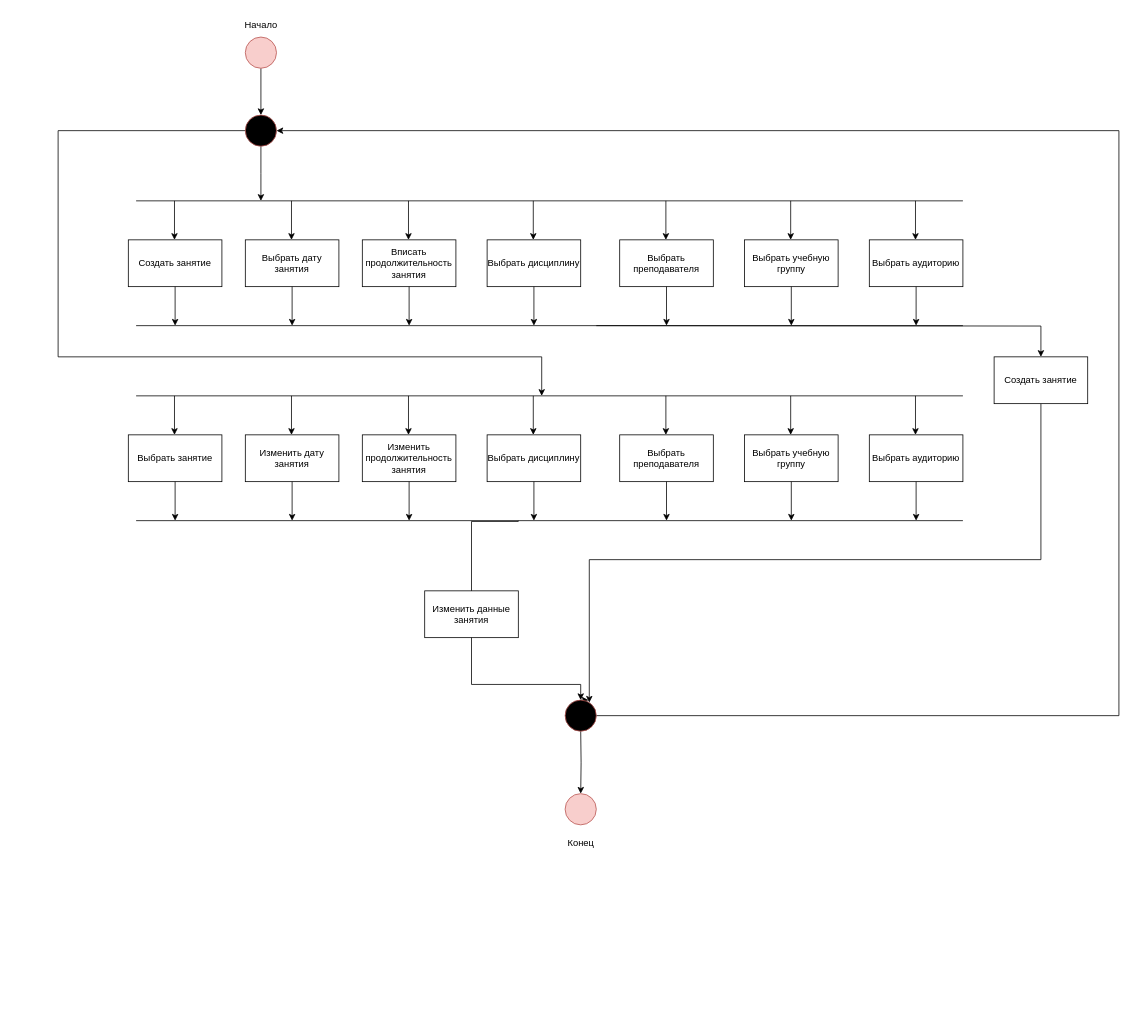
flouressaint/myDiagrams keeps this draw.io diagram as page "Page-1" (1 of 4) of schedule-serviceScenary.drawio. Above is the earlier version. Source tidied: cells renumbered, new cells numbered last; positions are measured from the earlier drawing's top-left corner, leaving out a move shared by most shapes. Both pictures are drawn from the tidied source at 78%, with x=0, y=0 at pixel (58, 13).
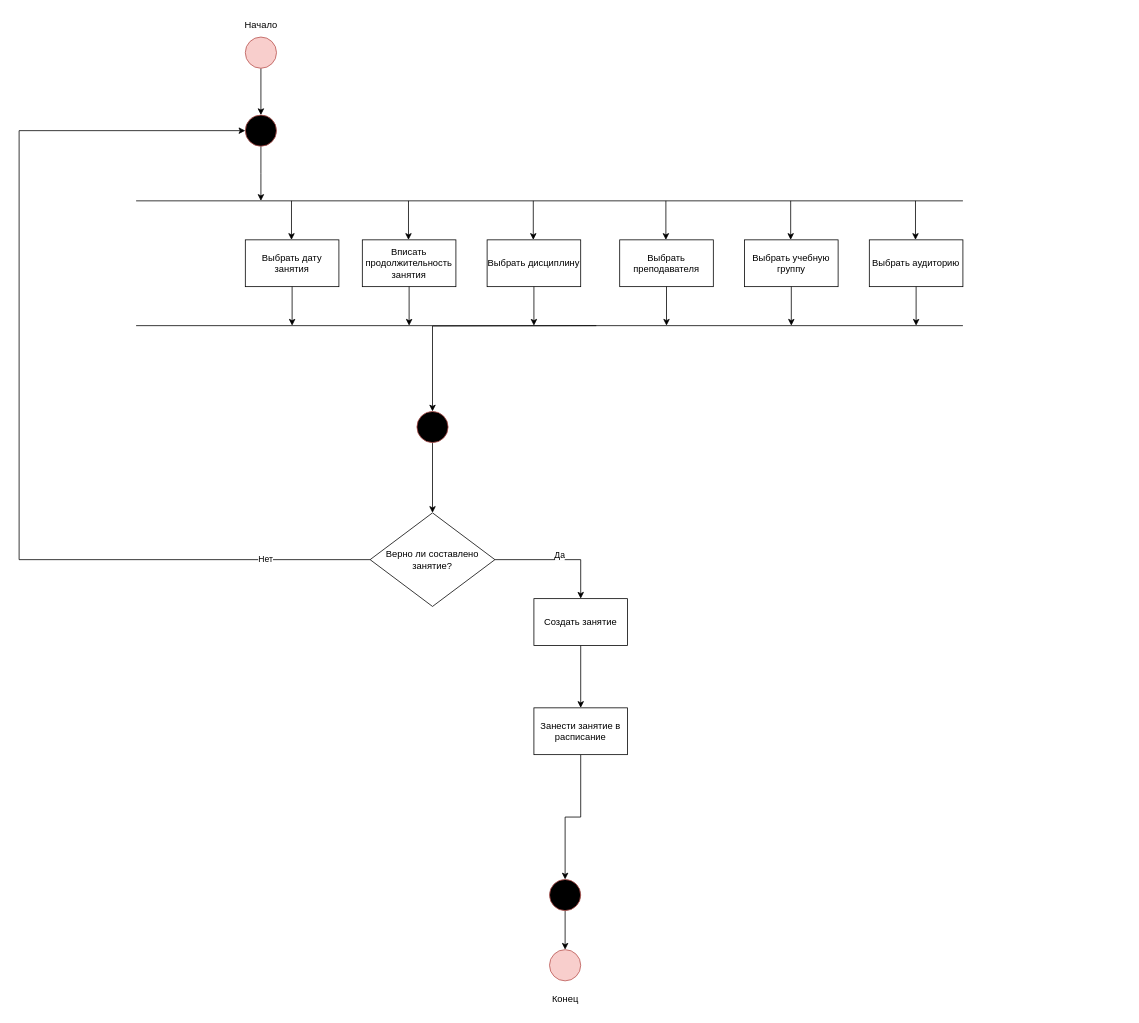
The same page after the edit.

Unchanged cells that the change refers to:
```xml
<mxCell id="10" style="ellipse;whiteSpace=wrap;html=1;fillColor=#000000;strokeColor=#b85450;" parent="1" vertex="1">
  <mxGeometry x="240" y="130" width="40" height="40" as="geometry" />
</mxCell>
```

What changed in the source:
```diff
@@
-    <mxCell id="5" style="edgeStyle=orthogonalEdgeStyle;rounded=0;jettySize=auto;html=1;" parent="1" edge="1" target="6">
-      <mxGeometry relative="1" as="geometry">
-        <mxPoint x="670" y="920" as="sourcePoint" />
-      </mxGeometry>
+    <mxCell id="5" style="edgeStyle=orthogonalEdgeStyle;rounded=0;jettySize=auto;html=1;" parent="1" edge="1" source="61" target="6">
+      <mxGeometry relative="1" as="geometry" />
     </mxCell>
     <mxCell id="6" style="ellipse;whiteSpace=wrap;html=1;fillColor=#f8cecc;strokeColor=#b85450;" parent="1" vertex="1">
-      <mxGeometry x="650" y="1000" width="40" height="40" as="geometry" />
+      <mxGeometry x="630" y="1200" width="40" height="40" as="geometry" />
     </mxCell>
     <mxCell id="7" value="Конец" style="text;html=1;align=center;verticalAlign=middle;strokeColor=none;fillColor=none;" parent="1" vertex="1">
-      <mxGeometry x="640" y="1048" width="60" height="30" as="geometry" />
+      <mxGeometry x="620" y="1248" width="60" height="30" as="geometry" />
     </mxCell>
@@
-    <mxCell id="9" style="edgeStyle=orthogonalEdgeStyle;rounded=0;jettySize=auto;html=1;" parent="1" edge="1" source="10">
-      <mxGeometry relative="1" as="geometry">
-        <mxPoint x="620" y="490" as="targetPoint" />
-        <Array as="points">
-          <mxPoint y="150" />
-          <mxPoint y="440" />
-          <mxPoint x="620" y="440" />
-        </Array>
-      </mxGeometry>
-    </mxCell>
@@
-    <mxCell id="12" value="Создать занятие" style="rounded=0;whiteSpace=wrap;html=1;" parent="1" vertex="1">
-      <mxGeometry x="90" y="290" width="120" height="60" as="geometry" />
-    </mxCell>
-    <mxCell id="13" style="endArrow=classic;html=1;rounded=0;exitX=0.5;exitY=1;exitDx=0;exitDy=0;" parent="1" edge="1" source="12">
-      <mxGeometry relative="1" as="geometry">
-        <mxPoint x="150" y="400" as="targetPoint" />
-      </mxGeometry>
-    </mxCell>
-    <mxCell id="14" style="endArrow=classic;html=1;rounded=0;exitX=0.5;exitY=1;exitDx=0;exitDy=0;" parent="1" edge="1">
-      <mxGeometry relative="1" as="geometry">
-        <mxPoint x="149.2" y="240" as="sourcePoint" />
-        <mxPoint x="149.2" y="290" as="targetPoint" />
-      </mxGeometry>
-    </mxCell>
@@
-    <mxCell id="34" style="endArrow=none;html=1;rounded=0;" parent="1" edge="1">
-      <mxGeometry relative="1" as="geometry">
-        <mxPoint x="100" y="490" as="sourcePoint" />
-        <mxPoint x="1160" y="490" as="targetPoint" />
-      </mxGeometry>
-    </mxCell>
-    <mxCell id="35" value="Выбрать занятие" style="rounded=0;whiteSpace=wrap;html=1;" parent="1" vertex="1">
-      <mxGeometry x="90" y="540" width="120" height="60" as="geometry" />
-    </mxCell>
-    <mxCell id="36" style="endArrow=classic;html=1;rounded=0;exitX=0.5;exitY=1;exitDx=0;exitDy=0;" parent="1" edge="1" source="35">
-      <mxGeometry relative="1" as="geometry">
-        <mxPoint x="150" y="650" as="targetPoint" />
-      </mxGeometry>
-    </mxCell>
-    <mxCell id="37" style="endArrow=classic;html=1;rounded=0;exitX=0.5;exitY=1;exitDx=0;exitDy=0;" parent="1" edge="1">
-      <mxGeometry relative="1" as="geometry">
-        <mxPoint x="149.2" y="490" as="sourcePoint" />
-        <mxPoint x="149.2" y="540" as="targetPoint" />
-      </mxGeometry>
-    </mxCell>
-    <mxCell id="38" value="Изменить дату занятия" style="rounded=0;whiteSpace=wrap;html=1;" parent="1" vertex="1">
-      <mxGeometry x="240" y="540" width="120" height="60" as="geometry" />
-    </mxCell>
-    <mxCell id="39" style="endArrow=classic;html=1;rounded=0;exitX=0.5;exitY=1;exitDx=0;exitDy=0;" parent="1" edge="1" source="38">
-      <mxGeometry relative="1" as="geometry">
-        <mxPoint x="300" y="650" as="targetPoint" />
-      </mxGeometry>
-    </mxCell>
-    <mxCell id="40" style="endArrow=classic;html=1;rounded=0;exitX=0.5;exitY=1;exitDx=0;exitDy=0;" parent="1" edge="1">
-      <mxGeometry relative="1" as="geometry">
-        <mxPoint x="299.2" y="490" as="sourcePoint" />
-        <mxPoint x="299.2" y="540" as="targetPoint" />
-      </mxGeometry>
-    </mxCell>
-    <mxCell id="41" value="Изменить продолжительность занятия" style="rounded=0;whiteSpace=wrap;html=1;" parent="1" vertex="1">
-      <mxGeometry x="390" y="540" width="120" height="60" as="geometry" />
-    </mxCell>
-    <mxCell id="42" style="endArrow=classic;html=1;rounded=0;exitX=0.5;exitY=1;exitDx=0;exitDy=0;" parent="1" edge="1" source="41">
-      <mxGeometry relative="1" as="geometry">
-        <mxPoint x="450" y="650" as="targetPoint" />
-      </mxGeometry>
-    </mxCell>
-    <mxCell id="43" style="endArrow=classic;html=1;rounded=0;exitX=0.5;exitY=1;exitDx=0;exitDy=0;" parent="1" edge="1">
-      <mxGeometry relative="1" as="geometry">
-        <mxPoint x="449.2" y="490" as="sourcePoint" />
-        <mxPoint x="449.2" y="540" as="targetPoint" />
-      </mxGeometry>
-    </mxCell>
-    <mxCell id="44" value="Выбрать дисциплину" style="rounded=0;whiteSpace=wrap;html=1;" parent="1" vertex="1">
-      <mxGeometry x="550" y="540" width="120" height="60" as="geometry" />
-    </mxCell>
-    <mxCell id="45" style="endArrow=classic;html=1;rounded=0;exitX=0.5;exitY=1;exitDx=0;exitDy=0;" parent="1" edge="1" source="44">
-      <mxGeometry relative="1" as="geometry">
-        <mxPoint x="610" y="650" as="targetPoint" />
-      </mxGeometry>
-    </mxCell>
-    <mxCell id="46" style="endArrow=classic;html=1;rounded=0;exitX=0.5;exitY=1;exitDx=0;exitDy=0;" parent="1" edge="1">
-      <mxGeometry relative="1" as="geometry">
-        <mxPoint x="609.2" y="490" as="sourcePoint" />
-        <mxPoint x="609.2" y="540" as="targetPoint" />
-      </mxGeometry>
-    </mxCell>
-    <mxCell id="47" value="Выбрать преподавателя" style="rounded=0;whiteSpace=wrap;html=1;" parent="1" vertex="1">
-      <mxGeometry x="720" y="540" width="120" height="60" as="geometry" />
-    </mxCell>
-    <mxCell id="48" style="endArrow=classic;html=1;rounded=0;exitX=0.5;exitY=1;exitDx=0;exitDy=0;" parent="1" edge="1" source="47">
-      <mxGeometry relative="1" as="geometry">
-        <mxPoint x="780" y="650" as="targetPoint" />
-      </mxGeometry>
-    </mxCell>
-    <mxCell id="49" style="endArrow=classic;html=1;rounded=0;exitX=0.5;exitY=1;exitDx=0;exitDy=0;" parent="1" edge="1">
-      <mxGeometry relative="1" as="geometry">
-        <mxPoint x="779.2" y="490" as="sourcePoint" />
-        <mxPoint x="779.2" y="540" as="targetPoint" />
-      </mxGeometry>
-    </mxCell>
-    <mxCell id="50" value="Выбрать учебную группу" style="rounded=0;whiteSpace=wrap;html=1;" parent="1" vertex="1">
-      <mxGeometry x="880" y="540" width="120" height="60" as="geometry" />
-    </mxCell>
-    <mxCell id="51" style="endArrow=classic;html=1;rounded=0;exitX=0.5;exitY=1;exitDx=0;exitDy=0;" parent="1" edge="1" source="50">
-      <mxGeometry relative="1" as="geometry">
-        <mxPoint x="940" y="650" as="targetPoint" />
-      </mxGeometry>
-    </mxCell>
-    <mxCell id="52" style="endArrow=classic;html=1;rounded=0;exitX=0.5;exitY=1;exitDx=0;exitDy=0;" parent="1" edge="1">
-      <mxGeometry relative="1" as="geometry">
-        <mxPoint x="939.2" y="490" as="sourcePoint" />
-        <mxPoint x="939.2" y="540" as="targetPoint" />
-      </mxGeometry>
-    </mxCell>
-    <mxCell id="53" value="Выбрать аудиторию" style="rounded=0;whiteSpace=wrap;html=1;" parent="1" vertex="1">
-      <mxGeometry x="1040" y="540" width="120" height="60" as="geometry" />
-    </mxCell>
-    <mxCell id="54" style="endArrow=classic;html=1;rounded=0;exitX=0.5;exitY=1;exitDx=0;exitDy=0;" parent="1" edge="1" source="53">
-      <mxGeometry relative="1" as="geometry">
-        <mxPoint x="1100" y="650" as="targetPoint" />
-      </mxGeometry>
-    </mxCell>
-    <mxCell id="55" style="endArrow=classic;html=1;rounded=0;exitX=0.5;exitY=1;exitDx=0;exitDy=0;" parent="1" edge="1">
-      <mxGeometry relative="1" as="geometry">
-        <mxPoint x="1099.2" y="490" as="sourcePoint" />
-        <mxPoint x="1099.2" y="540" as="targetPoint" />
-      </mxGeometry>
-    </mxCell>
-    <mxCell id="56" style="endArrow=none;html=1;rounded=0;" parent="1" edge="1">
-      <mxGeometry relative="1" as="geometry">
-        <mxPoint x="100" y="650" as="sourcePoint" />
-        <mxPoint x="1160" y="650" as="targetPoint" />
-      </mxGeometry>
-    </mxCell>
-    <mxCell id="57" style="edgeStyle=orthogonalEdgeStyle;rounded=0;jettySize=auto;html=1;" parent="1" edge="1" source="61">
-      <mxGeometry relative="1" as="geometry">
-        <mxPoint x="680" y="880" as="targetPoint" />
-        <Array as="points">
-          <mxPoint x="681" y="880" />
-        </Array>
-      </mxGeometry>
-    </mxCell>
-    <mxCell id="58" style="endArrow=classic;html=1;rounded=0;exitX=0.5;exitY=1;exitDx=0;exitDy=0;edgeStyle=orthogonalEdgeStyle;entryX=0.5;entryY=0;entryDx=0;entryDy=0;" parent="1" edge="1" target="61">
-      <mxGeometry relative="1" as="geometry">
-        <mxPoint x="590" y="650" as="sourcePoint" />
-        <Array as="points">
-          <mxPoint x="530" y="651" />
-          <mxPoint x="530" y="860" />
-          <mxPoint x="670" y="860" />
-        </Array>
-      </mxGeometry>
-    </mxCell>
-    <mxCell id="59" style="edgeStyle=orthogonalEdgeStyle;rounded=0;jettySize=auto;html=1;" parent="1" edge="1" source="63" target="61">
-      <mxGeometry relative="1" as="geometry">
-        <Array as="points">
-          <mxPoint x="1260" y="440" />
-          <mxPoint x="1260" y="700" />
-          <mxPoint x="681" y="700" />
-        </Array>
-      </mxGeometry>
-    </mxCell>
-    <mxCell id="60" style="edgeStyle=orthogonalEdgeStyle;rounded=0;jettySize=auto;html=1;entryX=1;entryY=0.5;entryDx=0;entryDy=0;" parent="1" edge="1" source="61" target="10">
-      <mxGeometry relative="1" as="geometry">
-        <Array as="points">
-          <mxPoint x="1360" y="900" />
-          <mxPoint x="1360" y="150" />
-        </Array>
-      </mxGeometry>
-    </mxCell>
+    <mxCell id="62" style="edgeStyle=orthogonalEdgeStyle;rounded=0;jettySize=auto;html=1;entryX=0.5;entryY=0;entryDx=0;entryDy=0;" parent="1" edge="1" target="67">
+      <mxGeometry relative="1" as="geometry">
+        <mxPoint x="690" y="400" as="sourcePoint" />
+      </mxGeometry>
+    </mxCell>
+    <mxCell id="65" style="edgeStyle=orthogonalEdgeStyle;rounded=0;jettySize=auto;html=1;" parent="1" edge="1" source="63" target="75">
+      <mxGeometry relative="1" as="geometry" />
+    </mxCell>
+    <mxCell id="63" value="Создать занятие" style="rounded=0;whiteSpace=wrap;html=1;" parent="1" vertex="1">
+      <mxGeometry x="610" y="750" width="120" height="60" as="geometry" />
+    </mxCell>
+    <mxCell id="66" style="edgeStyle=orthogonalEdgeStyle;rounded=0;jettySize=auto;html=1;entryX=0.5;entryY=0;entryDx=0;entryDy=0;" parent="1" edge="1" source="67" target="72">
+      <mxGeometry relative="1" as="geometry" />
+    </mxCell>
+    <mxCell id="67" style="ellipse;whiteSpace=wrap;html=1;fillColor=#000000;strokeColor=#b85450;" parent="1" vertex="1">
+      <mxGeometry x="460" y="510" width="40" height="40" as="geometry" />
+    </mxCell>
+    <mxCell id="68" style="edgeStyle=orthogonalEdgeStyle;rounded=0;jettySize=auto;html=1;entryX=0;entryY=0.5;entryDx=0;entryDy=0;" parent="1" edge="1" source="72" target="10">
+      <mxGeometry relative="1" as="geometry">
+        <Array as="points">
+          <mxPoint x="-50" y="700" />
+          <mxPoint x="-50" y="150" />
+        </Array>
+      </mxGeometry>
+    </mxCell>
+    <mxCell id="69" value="Нет" style="edgeLabel;html=1;align=center;verticalAlign=middle;" parent="68" vertex="1">
+      <mxGeometry x="-0.79" y="-2" relative="1" as="geometry" />
+    </mxCell>
+    <mxCell id="70" style="edgeStyle=orthogonalEdgeStyle;rounded=0;jettySize=auto;html=1;entryX=0.5;entryY=0;entryDx=0;entryDy=0;" parent="1" edge="1" source="72" target="63">
+      <mxGeometry relative="1" as="geometry" />
+    </mxCell>
+    <mxCell id="71" value="Да" style="edgeLabel;html=1;align=center;verticalAlign=middle;" parent="70" vertex="1">
+      <mxGeometry x="0.03" y="6" relative="1" as="geometry" />
+    </mxCell>
+    <mxCell id="72" value="Верно ли составлено занятие?" style="rhombus;whiteSpace=wrap;html=1;" parent="1" vertex="1">
+      <mxGeometry x="400" y="640" width="160" height="120" as="geometry" />
+    </mxCell>
+    <mxCell id="73" style="edgeStyle=orthogonalEdgeStyle;rounded=0;jettySize=auto;html=1;" parent="1" edge="1" target="61">
+      <mxGeometry relative="1" as="geometry">
+        <mxPoint x="650" y="1120" as="sourcePoint" />
+      </mxGeometry>
+    </mxCell>
     <mxCell id="61" style="ellipse;whiteSpace=wrap;html=1;fillColor=#000000;strokeColor=#b85450;" parent="1" vertex="1">
-      <mxGeometry x="650" y="880" width="40" height="40" as="geometry" />
+      <mxGeometry x="630" y="1110" width="40" height="40" as="geometry" />
     </mxCell>
-    <mxCell id="62" style="edgeStyle=orthogonalEdgeStyle;rounded=0;jettySize=auto;html=1;" parent="1" edge="1" target="63">
-      <mxGeometry relative="1" as="geometry">
-        <mxPoint x="690" y="400" as="sourcePoint" />
-      </mxGeometry>
-    </mxCell>
-    <mxCell id="63" value="Создать занятие" style="rounded=0;whiteSpace=wrap;html=1;" parent="1" vertex="1">
-      <mxGeometry x="1200" y="440" width="120" height="60" as="geometry" />
-    </mxCell>
-    <mxCell id="64" value="Изменить данные занятия" style="rounded=0;whiteSpace=wrap;html=1;" parent="1" vertex="1">
-      <mxGeometry x="470" y="740" width="120" height="60" as="geometry" />
-    </mxCell>
+    <mxCell id="74" style="edgeStyle=orthogonalEdgeStyle;rounded=0;jettySize=auto;html=1;entryX=0.5;entryY=0;entryDx=0;entryDy=0;" parent="1" edge="1" source="75" target="61">
+      <mxGeometry relative="1" as="geometry" />
+    </mxCell>
+    <mxCell id="75" value="Занести занятие в расписание" style="whiteSpace=wrap;html=1;rounded=0;" parent="1" vertex="1">
+      <mxGeometry x="610" y="890" width="120" height="60" as="geometry" />
+    </mxCell>
```
